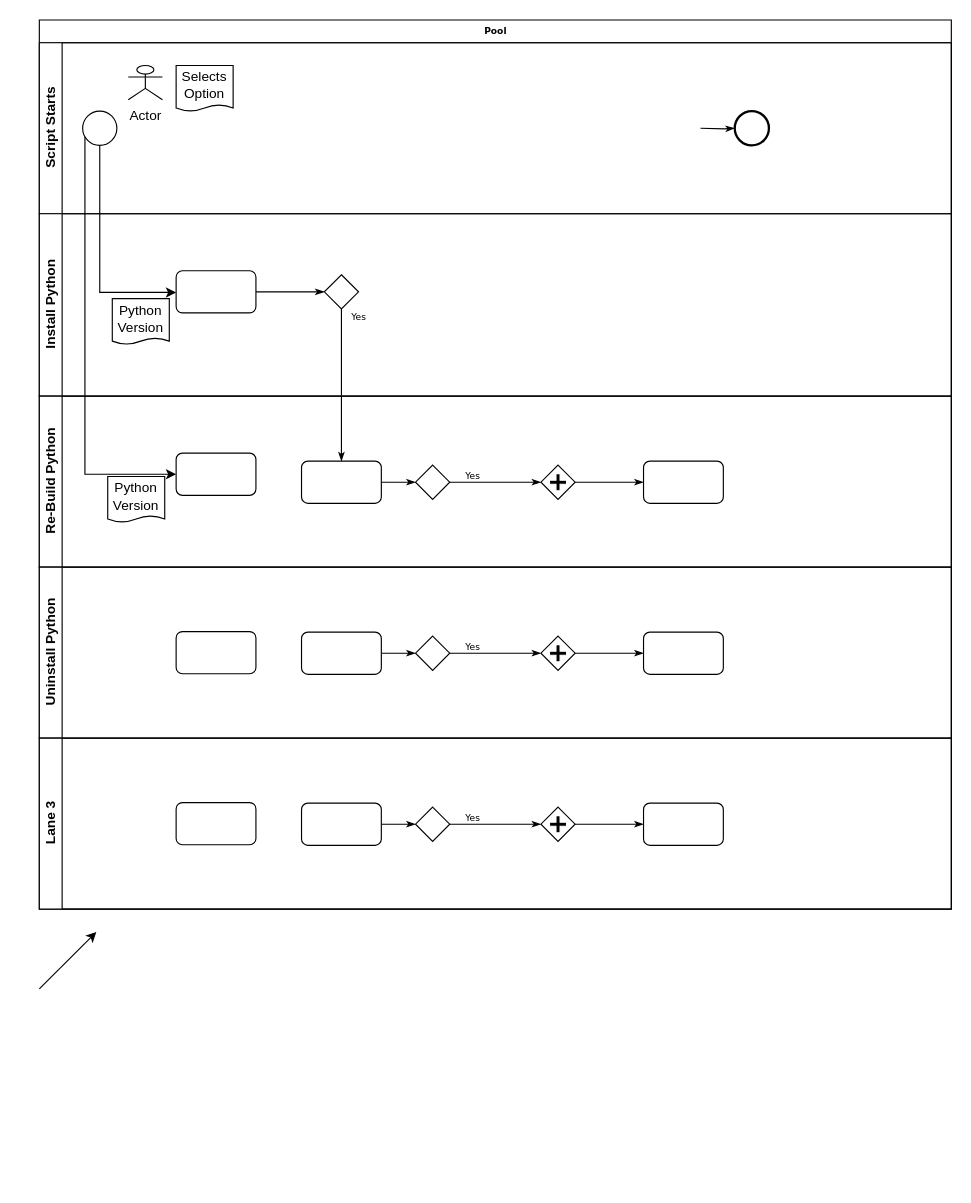
Before: local_env_setup.drawio in geoashis/newsiq, a draw.io diagram. Source tidied: cells renumbered, new cells numbered last; positions are measured from the earlier drawing's top-left corner, leaving out a move shared by most shapes. Both pictures are drawn from the tidied source at 114%, with x=0, y=0 at pixel (39, 19).
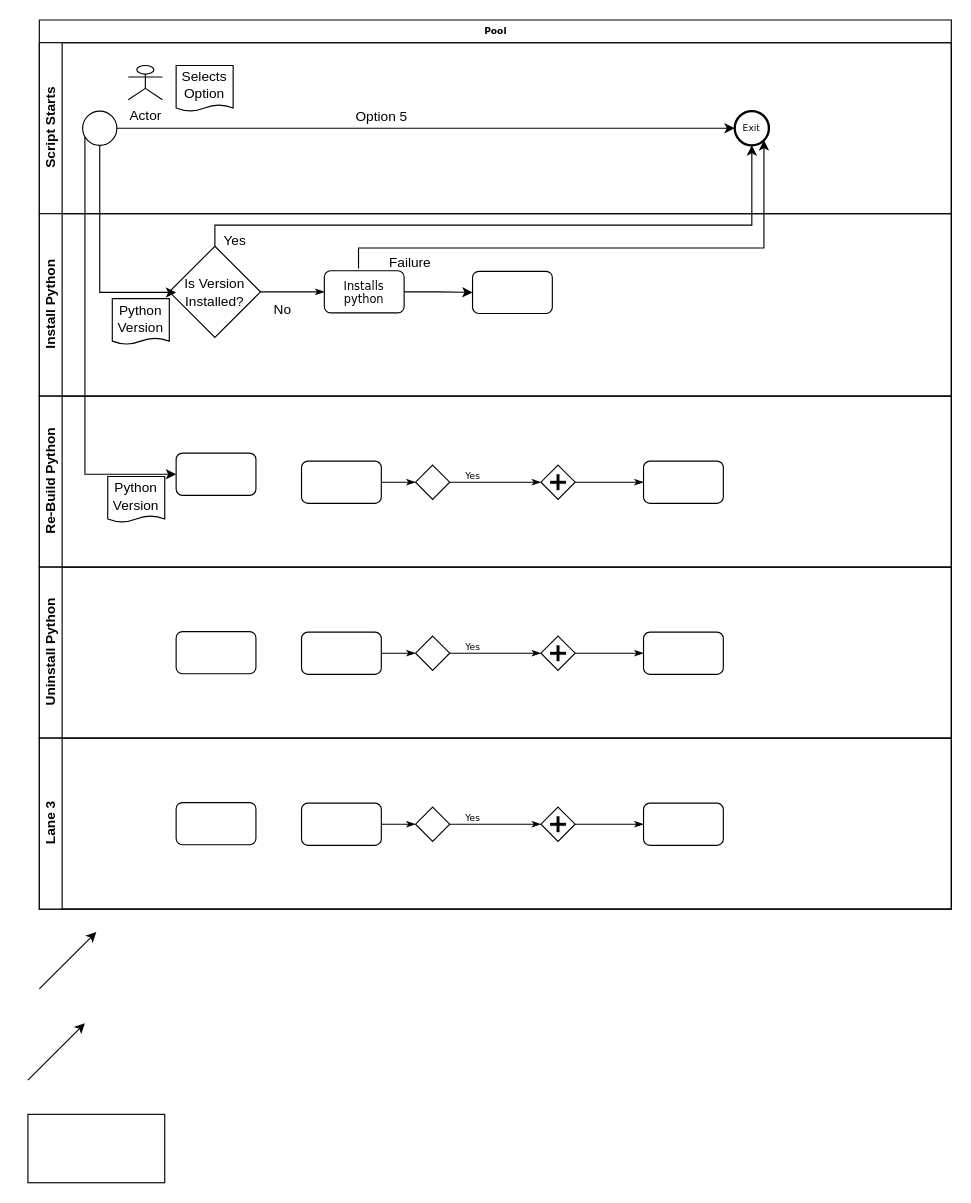
After the change.

The change refers to these unchanged cells:
```xml
<mxCell id="2" value="Pool" style="swimlane;html=1;horizontal=1;startSize=20;rounded=0;shadow=0;labelBackgroundColor=none;strokeWidth=1;fontFamily=Verdana;fontSize=8;align=center;" parent="1" vertex="1">
  <mxGeometry width="800" height="780" as="geometry" />
</mxCell>
<mxCell id="3" value="Script Starts" style="swimlane;html=1;startSize=20;horizontal=0;" parent="2" vertex="1">
  <mxGeometry y="20" width="800" height="150" as="geometry" />
</mxCell>
<mxCell id="4" style="ellipse;whiteSpace=wrap;html=1;rounded=0;shadow=0;labelBackgroundColor=none;strokeWidth=1;fontFamily=Verdana;fontSize=8;align=center;" parent="3" vertex="1">
  <mxGeometry x="38" y="60" width="30" height="30" as="geometry" />
</mxCell>
<mxCell id="9" value="Install Python" style="swimlane;html=1;startSize=20;horizontal=0;" parent="2" vertex="1">
  <mxGeometry y="170" width="800" height="160" as="geometry" />
</mxCell>
<mxCell id="16" style="rounded=1;whiteSpace=wrap;html=1;shadow=0;labelBackgroundColor=none;strokeWidth=1;fontFamily=Verdana;fontSize=8;align=center;" parent="14" vertex="1">
  <mxGeometry x="230" y="57" width="70" height="37" as="geometry" />
</mxCell>
```

The edit, as a diff of the source:
```diff
@@
+    <mxCell id="46" style="edgeStyle=orthogonalEdgeStyle;rounded=0;jettySize=auto;html=1;entryX=0;entryY=0.5;entryDx=0;entryDy=0;" parent="3" edge="1" source="4" target="6">
+      <mxGeometry relative="1" as="geometry" />
+    </mxCell>
@@
-    <mxCell id="5" style="edgeStyle=orthogonalEdgeStyle;rounded=0;html=1;labelBackgroundColor=none;startArrow=none;startFill=0;startSize=5;endArrow=classicThin;endFill=1;endSize=5;jettySize=auto;strokeWidth=1;fontFamily=Verdana;fontSize=8;" parent="3" edge="1" target="6">
-      <mxGeometry relative="1" as="geometry">
-        <mxPoint x="580" y="75" as="sourcePoint" />
-      </mxGeometry>
-    </mxCell>
-    <mxCell id="6" style="ellipse;whiteSpace=wrap;html=1;rounded=0;shadow=0;labelBackgroundColor=none;strokeWidth=2;fontFamily=Verdana;fontSize=8;align=center;" parent="3" vertex="1">
+    <mxCell id="6" value="Exit" style="ellipse;whiteSpace=wrap;html=1;rounded=0;shadow=0;labelBackgroundColor=none;strokeWidth=2;fontFamily=Verdana;fontSize=8;align=center;" parent="3" vertex="1">
       <mxGeometry x="610" y="60" width="30" height="30" as="geometry" />
     </mxCell>
@@
+    <mxCell id="47" value="Option 5" style="text;html=1;align=center;verticalAlign=middle;" parent="3" vertex="1">
+      <mxGeometry x="270" y="55" width="60" height="20" as="geometry" />
+    </mxCell>
@@
-    <mxCell id="10" style="edgeStyle=orthogonalEdgeStyle;rounded=0;html=1;labelBackgroundColor=none;startArrow=none;startFill=0;startSize=5;endArrow=classicThin;endFill=1;endSize=5;jettySize=auto;strokeWidth=1;fontFamily=Verdana;fontSize=8;" parent="9" edge="1" source="11" target="12">
-      <mxGeometry relative="1" as="geometry" />
+    <mxCell id="10" style="edgeStyle=orthogonalEdgeStyle;rounded=0;html=1;labelBackgroundColor=none;startArrow=none;startFill=0;startSize=5;endArrow=classicThin;endFill=1;endSize=5;jettySize=auto;orthogonalLoop=1;strokeWidth=1;fontFamily=Verdana;fontSize=8;" parent="9" edge="1">
+      <mxGeometry relative="1" as="geometry">
+        <mxPoint x="190" y="68.5" as="sourcePoint" />
+        <mxPoint x="250" y="68.5" as="targetPoint" />
+      </mxGeometry>
     </mxCell>
-    <mxCell id="11" style="rounded=1;whiteSpace=wrap;html=1;shadow=0;labelBackgroundColor=none;strokeWidth=1;fontFamily=Verdana;fontSize=8;align=center;" parent="9" vertex="1">
-      <mxGeometry x="120" y="50" width="70" height="37" as="geometry" />
-    </mxCell>
-    <mxCell id="12" style="strokeWidth=1;html=1;shape=mxgraph.flowchart.decision;whiteSpace=wrap;rounded=1;shadow=0;labelBackgroundColor=none;fontFamily=Verdana;fontSize=8;align=center;" parent="9" vertex="1">
-      <mxGeometry x="250" y="53.5" width="30" height="30" as="geometry" />
-    </mxCell>
@@
+    <mxCell id="48" value="Is Version Installed?" style="rhombus;whiteSpace=wrap;html=1;" parent="9" vertex="1">
+      <mxGeometry x="114" y="28.5" width="80" height="80" as="geometry" />
+    </mxCell>
+    <mxCell id="24" value="Yes" style="text;html=1;" parent="9" vertex="1">
+      <mxGeometry x="160" y="10" width="36" height="10" as="geometry" />
+    </mxCell>
+    <mxCell id="49" value="No" style="text;html=1;" parent="9" vertex="1">
+      <mxGeometry x="204" y="70" width="36" height="10" as="geometry" />
+    </mxCell>
+    <mxCell id="50" value="Failure" style="text;html=1;align=center;verticalAlign=middle;" parent="9" vertex="1">
+      <mxGeometry x="300" y="32.5" width="50" height="20" as="geometry" />
+    </mxCell>
+    <mxCell id="51" style="edgeStyle=orthogonalEdgeStyle;rounded=0;jettySize=auto;html=1;exitX=1;exitY=0.5;exitDx=0;exitDy=0;entryX=0;entryY=0.5;entryDx=0;entryDy=0;" parent="9" edge="1" source="52" target="53">
+      <mxGeometry relative="1" as="geometry" />
+    </mxCell>
+    <mxCell id="52" value="&lt;font style=&quot;font-size: 10px&quot;&gt;Installs python&lt;/font&gt;" style="rounded=1;whiteSpace=wrap;html=1;shadow=0;labelBackgroundColor=none;strokeWidth=1;fontFamily=Verdana;fontSize=8;align=center;" parent="9" vertex="1">
+      <mxGeometry x="250" y="50" width="70" height="37" as="geometry" />
+    </mxCell>
+    <mxCell id="53" style="rounded=1;whiteSpace=wrap;html=1;shadow=0;labelBackgroundColor=none;strokeWidth=1;fontFamily=Verdana;fontSize=8;align=center;" parent="9" vertex="1">
+      <mxGeometry x="380" y="50.5" width="70" height="37" as="geometry" />
+    </mxCell>
@@
-    <mxCell id="24" value="Yes" style="edgeStyle=orthogonalEdgeStyle;rounded=0;html=1;labelBackgroundColor=none;startArrow=none;startFill=0;startSize=5;endArrow=classicThin;endFill=1;endSize=5;jettySize=auto;strokeWidth=1;fontFamily=Verdana;fontSize=8;" parent="2" edge="1" source="12" target="16">
-      <mxGeometry x="-0.89" y="15" relative="1" as="geometry" />
-    </mxCell>
@@
+    <mxCell id="54" style="edgeStyle=orthogonalEdgeStyle;rounded=0;jettySize=auto;html=1;exitX=0.5;exitY=0;exitDx=0;exitDy=0;entryX=0.5;entryY=1;entryDx=0;entryDy=0;" parent="2" edge="1" source="48" target="6">
+      <mxGeometry relative="1" as="geometry">
+        <Array as="points">
+          <mxPoint x="154" y="180" />
+          <mxPoint x="625" y="180" />
+        </Array>
+      </mxGeometry>
+    </mxCell>
+    <mxCell id="55" style="edgeStyle=orthogonalEdgeStyle;rounded=0;jettySize=auto;html=1;entryX=1;entryY=1;entryDx=0;entryDy=0;" parent="2" edge="1" target="6">
+      <mxGeometry relative="1" as="geometry">
+        <mxPoint x="280" y="218" as="sourcePoint" />
+        <Array as="points">
+          <mxPoint x="280" y="200" />
+          <mxPoint x="636" y="200" />
+        </Array>
+      </mxGeometry>
+    </mxCell>
@@
+    <mxCell id="56" style="endArrow=classic;html=1;" parent="1" edge="1">
+      <mxGeometry relative="1" as="geometry">
+        <mxPoint x="-10" y="930" as="sourcePoint" />
+        <mxPoint x="40" y="880" as="targetPoint" />
+      </mxGeometry>
+    </mxCell>
+    <mxCell id="57" style="rounded=0;whiteSpace=wrap;html=1;" parent="1" vertex="1">
+      <mxGeometry x="-10" y="960" width="120" height="60" as="geometry" />
+    </mxCell>
```
